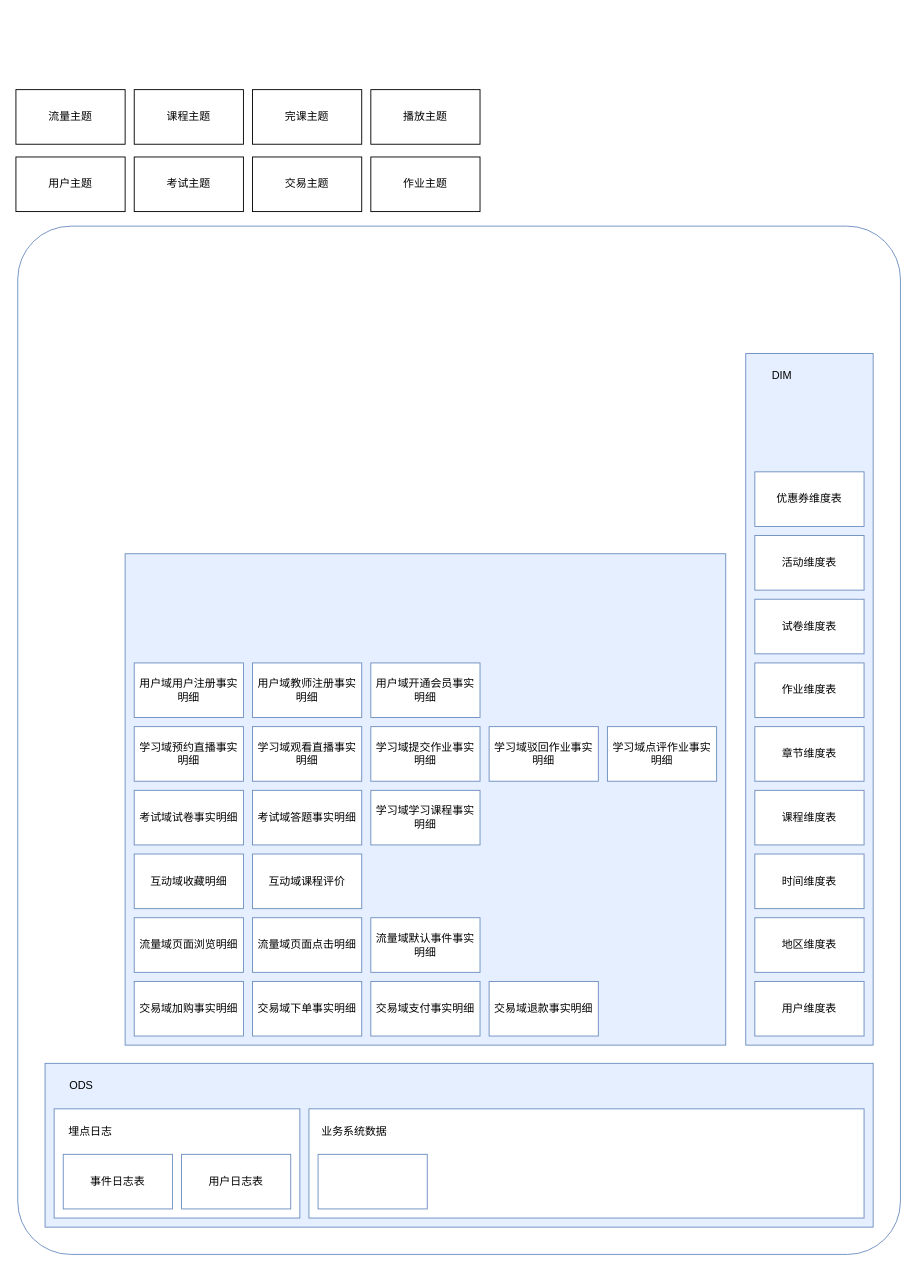
This is 离线数仓分层架构.drawio from Jacoulin/draw, a draw.io file, before an edit. Source tidied: cells renumbered, new cells numbered last; positions are measured from the earlier drawing's top-left corner, leaving out a move shared by most shapes. Both pictures are drawn from the tidied source at 91%, with x=0, y=0 at pixel (15, 89).
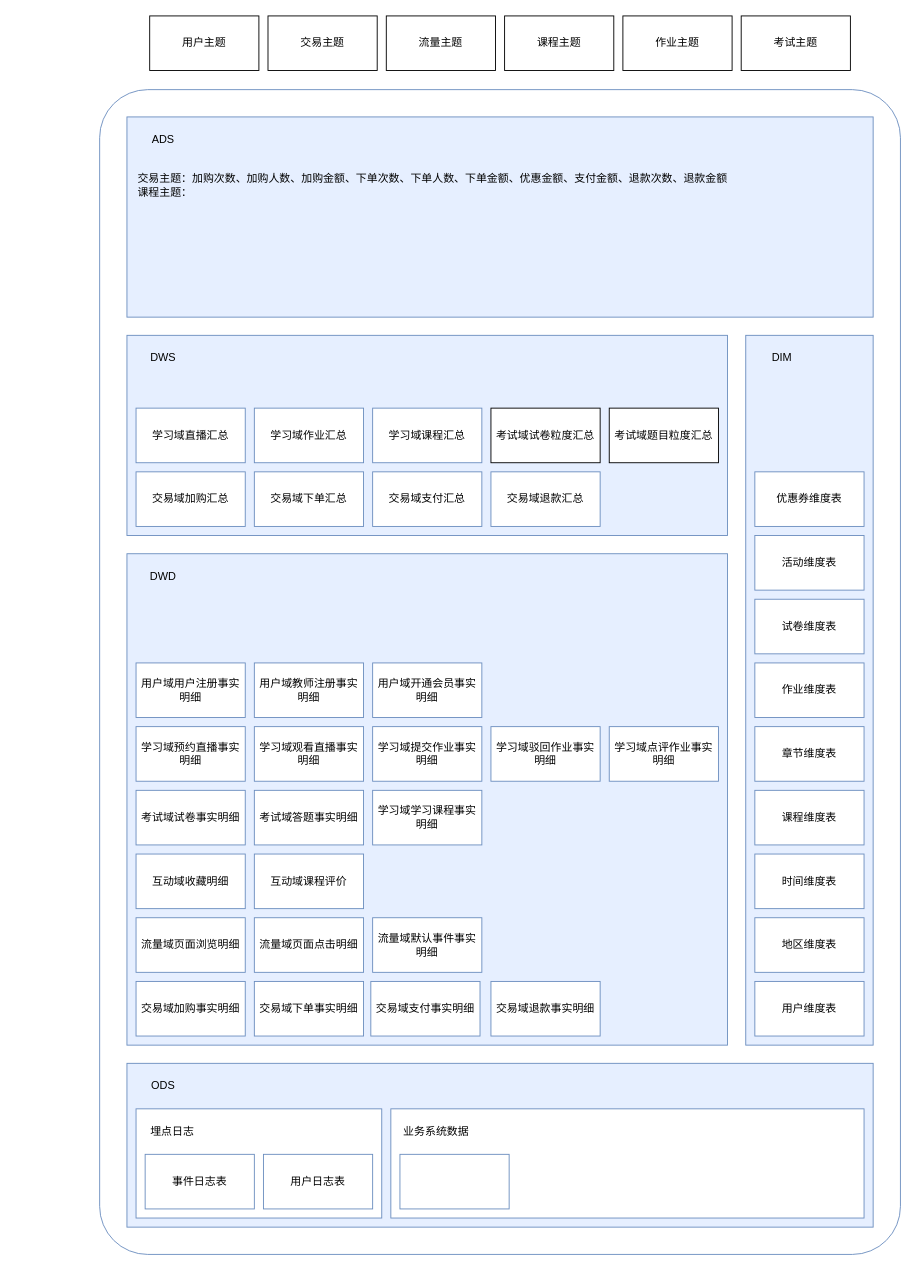
The same page after the edit.

Commit message:
更新离线数仓分层架构.drawio

The edit, as a diff of the source:
```diff
@@
     <mxCell id="2" style="rounded=1;whiteSpace=wrap;html=1;fillColor=none;glass=0;strokeColor=#6C8EBF;arcSize=6;" parent="1" vertex="1">
-      <mxGeometry x="2" y="150" width="970" height="1130" as="geometry" />
+      <mxGeometry x="92" width="880" height="1280" as="geometry" />
     </mxCell>
     <mxCell id="3" style="rounded=0;whiteSpace=wrap;html=1;fillColor=#E6EFFF;strokeColor=#6C8EBF;" parent="1" vertex="1">
-      <mxGeometry x="32" y="1070" width="910" height="180" as="geometry" />
+      <mxGeometry x="122" y="1070" width="820" height="180" as="geometry" />
     </mxCell>
     <mxCell id="4" style="rounded=0;whiteSpace=wrap;html=1;strokeColor=#6C8EBF;" parent="1" vertex="1">
-      <mxGeometry x="42" y="1120" width="270" height="120" as="geometry" />
+      <mxGeometry x="132" y="1120" width="270" height="120" as="geometry" />
     </mxCell>
     <mxCell id="5" value="事件日志表" style="rounded=0;whiteSpace=wrap;html=1;strokeColor=#6C8EBF;" parent="1" vertex="1">
-      <mxGeometry x="52" y="1170" width="120" height="60" as="geometry" />
+      <mxGeometry x="142" y="1170" width="120" height="60" as="geometry" />
     </mxCell>
     <mxCell id="6" value="用户日志表" style="rounded=0;whiteSpace=wrap;html=1;strokeColor=#6C8EBF;" parent="1" vertex="1">
-      <mxGeometry x="182" y="1170" width="120" height="60" as="geometry" />
+      <mxGeometry x="272" y="1170" width="120" height="60" as="geometry" />
     </mxCell>
     <mxCell id="7" value="埋点日志" style="text;html=1;strokeColor=none;fillColor=none;align=center;verticalAlign=middle;whiteSpace=wrap;rounded=0;" parent="1" vertex="1">
-      <mxGeometry x="52" y="1130" width="60" height="30" as="geometry" />
+      <mxGeometry x="142" y="1130" width="60" height="30" as="geometry" />
     </mxCell>
     <mxCell id="8" style="rounded=0;whiteSpace=wrap;html=1;strokeColor=#6C8EBF;" parent="1" vertex="1">
-      <mxGeometry x="322" y="1120" width="610" height="120" as="geometry" />
+      <mxGeometry x="412" y="1120" width="520" height="120" as="geometry" />
     </mxCell>
     <mxCell id="9" value="ODS" style="text;html=1;strokeColor=none;fillColor=none;align=center;verticalAlign=middle;whiteSpace=wrap;rounded=0;" parent="1" vertex="1">
-      <mxGeometry x="42" y="1080" width="60" height="30" as="geometry" />
+      <mxGeometry x="132" y="1080" width="60" height="30" as="geometry" />
     </mxCell>
     <mxCell id="10" style="rounded=0;whiteSpace=wrap;html=1;strokeColor=#6C8EBF;" parent="1" vertex="1">
-      <mxGeometry x="332" y="1170" width="120" height="60" as="geometry" />
+      <mxGeometry x="422" y="1170" width="120" height="60" as="geometry" />
     </mxCell>
     <mxCell id="11" value="业务系统数据" style="text;html=1;strokeColor=none;fillColor=none;align=center;verticalAlign=middle;whiteSpace=wrap;rounded=0;" parent="1" vertex="1">
-      <mxGeometry x="332" y="1130" width="80" height="30" as="geometry" />
+      <mxGeometry x="422" y="1130" width="80" height="30" as="geometry" />
     </mxCell>
     <mxCell id="12" style="rounded=0;whiteSpace=wrap;html=1;fillColor=#E6EFFF;strokeColor=#6c8ebf;" parent="1" vertex="1">
-      <mxGeometry x="120" y="510" width="660" height="540" as="geometry" />
+      <mxGeometry x="122" y="510" width="660" height="540" as="geometry" />
     </mxCell>
     <mxCell id="13" style="rounded=0;whiteSpace=wrap;html=1;fillColor=#E6EFFF;strokeColor=#6c8ebf;" parent="1" vertex="1">
-      <mxGeometry x="802" y="290" width="140" height="760" as="geometry" />
+      <mxGeometry x="802" y="270" width="140" height="780" as="geometry" />
     </mxCell>
     <mxCell id="14" value="DIM" style="text;html=1;strokeColor=none;fillColor=none;align=center;verticalAlign=middle;whiteSpace=wrap;rounded=0;" parent="1" vertex="1">
-      <mxGeometry x="812" y="300" width="60" height="30" as="geometry" />
+      <mxGeometry x="812" y="280" width="60" height="30" as="geometry" />
     </mxCell>
@@
     <mxCell id="19" value="交易域退款事实明细" style="rounded=0;whiteSpace=wrap;html=1;strokeColor=#6C8EBF;" parent="1" vertex="1">
-      <mxGeometry x="520" y="980" width="120" height="60" as="geometry" />
+      <mxGeometry x="522" y="980" width="120" height="60" as="geometry" />
     </mxCell>
@@
     <mxCell id="26" value="流量主题" style="rounded=0;whiteSpace=wrap;html=1;" parent="1" vertex="1">
-      <mxGeometry width="120" height="60" as="geometry" />
+      <mxGeometry x="407" y="-81" width="120" height="60" as="geometry" />
     </mxCell>
     <mxCell id="27" value="用户主题" style="rounded=0;whiteSpace=wrap;html=1;" parent="1" vertex="1">
-      <mxGeometry y="74" width="120" height="60" as="geometry" />
+      <mxGeometry x="147" y="-81" width="120" height="60" as="geometry" />
     </mxCell>
     <mxCell id="28" value="课程主题" style="rounded=0;whiteSpace=wrap;html=1;" parent="1" vertex="1">
-      <mxGeometry x="130" width="120" height="60" as="geometry" />
+      <mxGeometry x="537" y="-81" width="120" height="60" as="geometry" />
     </mxCell>
     <mxCell id="29" value="考试主题" style="rounded=0;whiteSpace=wrap;html=1;" parent="1" vertex="1">
-      <mxGeometry x="130" y="74" width="120" height="60" as="geometry" />
+      <mxGeometry x="797" y="-81" width="120" height="60" as="geometry" />
     </mxCell>
-    <mxCell id="30" value="完课主题" style="rounded=0;whiteSpace=wrap;html=1;" parent="1" vertex="1">
-      <mxGeometry x="260" width="120" height="60" as="geometry" />
-    </mxCell>
     <mxCell id="31" value="交易主题" style="rounded=0;whiteSpace=wrap;html=1;" parent="1" vertex="1">
-      <mxGeometry x="260" y="74" width="120" height="60" as="geometry" />
+      <mxGeometry x="277" y="-81" width="120" height="60" as="geometry" />
     </mxCell>
-    <mxCell id="32" value="播放主题" style="rounded=0;whiteSpace=wrap;html=1;" parent="1" vertex="1">
-      <mxGeometry x="390" width="120" height="60" as="geometry" />
-    </mxCell>
     <mxCell id="33" value="作业主题" style="rounded=0;whiteSpace=wrap;html=1;" parent="1" vertex="1">
-      <mxGeometry x="390" y="74" width="120" height="60" as="geometry" />
+      <mxGeometry x="667" y="-81" width="120" height="60" as="geometry" />
     </mxCell>
     <mxCell id="34" value="流量域默认事件事实明细" style="rounded=0;whiteSpace=wrap;html=1;strokeColor=#6C8EBF;" parent="1" vertex="1">
-      <mxGeometry x="390" y="910" width="120" height="60" as="geometry" />
+      <mxGeometry x="392" y="910" width="120" height="60" as="geometry" />
     </mxCell>
     <mxCell id="35" value="学习域点评作业事实明细" style="rounded=0;whiteSpace=wrap;html=1;strokeColor=#6C8EBF;" parent="1" vertex="1">
-      <mxGeometry x="650" y="700" width="120" height="60" as="geometry" />
+      <mxGeometry x="652" y="700" width="120" height="60" as="geometry" />
     </mxCell>
     <mxCell id="36" value="用户域用户注册事实明细" style="rounded=0;whiteSpace=wrap;html=1;strokeColor=#6C8EBF;" parent="1" vertex="1">
-      <mxGeometry x="130" y="630" width="120" height="60" as="geometry" />
+      <mxGeometry x="132" y="630" width="120" height="60" as="geometry" />
     </mxCell>
     <mxCell id="37" value="学习域预约直播事实明细" style="rounded=0;whiteSpace=wrap;html=1;strokeColor=#6C8EBF;" parent="1" vertex="1">
-      <mxGeometry x="130" y="700" width="120" height="60" as="geometry" />
+      <mxGeometry x="132" y="700" width="120" height="60" as="geometry" />
     </mxCell>
     <mxCell id="38" value="考试域试卷事实明细" style="rounded=0;whiteSpace=wrap;html=1;strokeColor=#6C8EBF;" parent="1" vertex="1">
-      <mxGeometry x="130" y="770" width="120" height="60" as="geometry" />
+      <mxGeometry x="132" y="770" width="120" height="60" as="geometry" />
     </mxCell>
     <mxCell id="39" value="互动域收藏明细" style="rounded=0;whiteSpace=wrap;html=1;strokeColor=#6C8EBF;" parent="1" vertex="1">
-      <mxGeometry x="130" y="840" width="120" height="60" as="geometry" />
+      <mxGeometry x="132" y="840" width="120" height="60" as="geometry" />
     </mxCell>
     <mxCell id="40" value="流量域页面浏览明细" style="rounded=0;whiteSpace=wrap;html=1;strokeColor=#6C8EBF;" parent="1" vertex="1">
-      <mxGeometry x="130" y="910" width="120" height="60" as="geometry" />
+      <mxGeometry x="132" y="910" width="120" height="60" as="geometry" />
     </mxCell>
     <mxCell id="41" value="交易域加购事实明细" style="rounded=0;whiteSpace=wrap;html=1;strokeColor=#6C8EBF;" parent="1" vertex="1">
-      <mxGeometry x="130" y="980" width="120" height="60" as="geometry" />
+      <mxGeometry x="132" y="980" width="120" height="60" as="geometry" />
     </mxCell>
     <mxCell id="42" value="交易域下单事实明细" style="rounded=0;whiteSpace=wrap;html=1;strokeColor=#6C8EBF;" parent="1" vertex="1">
-      <mxGeometry x="260" y="980" width="120" height="60" as="geometry" />
+      <mxGeometry x="262" y="980" width="120" height="60" as="geometry" />
     </mxCell>
     <mxCell id="43" value="流量域页面点击明细" style="rounded=0;whiteSpace=wrap;html=1;strokeColor=#6C8EBF;" parent="1" vertex="1">
-      <mxGeometry x="260" y="910" width="120" height="60" as="geometry" />
+      <mxGeometry x="262" y="910" width="120" height="60" as="geometry" />
     </mxCell>
     <mxCell id="44" value="互动域课程评价" style="rounded=0;whiteSpace=wrap;html=1;strokeColor=#6C8EBF;" parent="1" vertex="1">
-      <mxGeometry x="260" y="840" width="120" height="60" as="geometry" />
+      <mxGeometry x="262" y="840" width="120" height="60" as="geometry" />
     </mxCell>
     <mxCell id="45" value="考试域答题事实明细" style="rounded=0;whiteSpace=wrap;html=1;strokeColor=#6C8EBF;" parent="1" vertex="1">
-      <mxGeometry x="260" y="770" width="120" height="60" as="geometry" />
+      <mxGeometry x="262" y="770" width="120" height="60" as="geometry" />
     </mxCell>
     <mxCell id="46" value="学习域观看直播事实明细" style="rounded=0;whiteSpace=wrap;html=1;strokeColor=#6C8EBF;" parent="1" vertex="1">
-      <mxGeometry x="260" y="700" width="120" height="60" as="geometry" />
+      <mxGeometry x="262" y="700" width="120" height="60" as="geometry" />
     </mxCell>
     <mxCell id="47" value="用户域教师注册事实明细" style="rounded=0;whiteSpace=wrap;html=1;strokeColor=#6C8EBF;" parent="1" vertex="1">
-      <mxGeometry x="260" y="630" width="120" height="60" as="geometry" />
+      <mxGeometry x="262" y="630" width="120" height="60" as="geometry" />
     </mxCell>
     <mxCell id="48" value="用户域开通会员事实明细" style="rounded=0;whiteSpace=wrap;html=1;strokeColor=#6C8EBF;" parent="1" vertex="1">
-      <mxGeometry x="390" y="630" width="120" height="60" as="geometry" />
+      <mxGeometry x="392" y="630" width="120" height="60" as="geometry" />
     </mxCell>
     <mxCell id="49" value="学习域提交作业事实明细" style="rounded=0;whiteSpace=wrap;html=1;strokeColor=#6C8EBF;" parent="1" vertex="1">
-      <mxGeometry x="390" y="700" width="120" height="60" as="geometry" />
+      <mxGeometry x="392" y="700" width="120" height="60" as="geometry" />
     </mxCell>
     <mxCell id="50" value="学习域驳回作业事实明细" style="rounded=0;whiteSpace=wrap;html=1;strokeColor=#6C8EBF;" parent="1" vertex="1">
-      <mxGeometry x="520" y="700" width="120" height="60" as="geometry" />
+      <mxGeometry x="522" y="700" width="120" height="60" as="geometry" />
     </mxCell>
     <mxCell id="51" value="学习域学习课程事实明细" style="rounded=0;whiteSpace=wrap;html=1;strokeColor=#6C8EBF;" parent="1" vertex="1">
-      <mxGeometry x="390" y="770" width="120" height="60" as="geometry" />
+      <mxGeometry x="392" y="770" width="120" height="60" as="geometry" />
     </mxCell>
+    <mxCell id="52" value="DWD" style="text;html=1;strokeColor=none;fillColor=none;align=center;verticalAlign=middle;whiteSpace=wrap;rounded=0;" parent="1" vertex="1">
+      <mxGeometry x="132" y="520" width="60" height="30" as="geometry" />
+    </mxCell>
+    <mxCell id="53" style="rounded=0;whiteSpace=wrap;html=1;strokeColor=#6C8EBF;fillColor=#E6EFFF;" parent="1" vertex="1">
+      <mxGeometry x="122" y="270" width="660" height="220" as="geometry" />
+    </mxCell>
+    <mxCell id="54" value="DWS" style="text;html=1;strokeColor=none;fillColor=none;align=center;verticalAlign=middle;whiteSpace=wrap;rounded=0;" parent="1" vertex="1">
+      <mxGeometry x="132" y="280" width="60" height="30" as="geometry" />
+    </mxCell>
+    <mxCell id="55" value="交易域加购汇总" style="rounded=0;whiteSpace=wrap;html=1;strokeColor=#6C8EBF;" parent="1" vertex="1">
+      <mxGeometry x="132" y="420" width="120" height="60" as="geometry" />
+    </mxCell>
+    <mxCell id="56" value="学习域直播汇总" style="rounded=0;whiteSpace=wrap;html=1;strokeColor=#6C8EBF;" parent="1" vertex="1">
+      <mxGeometry x="132" y="350" width="120" height="60" as="geometry" />
+    </mxCell>
+    <mxCell id="57" value="交易域下单汇总" style="rounded=0;whiteSpace=wrap;html=1;strokeColor=#6C8EBF;" parent="1" vertex="1">
+      <mxGeometry x="262" y="420" width="120" height="60" as="geometry" />
+    </mxCell>
+    <mxCell id="58" style="rounded=0;whiteSpace=wrap;html=1;strokeColor=#6C8EBF;fillColor=#E6EFFF;" parent="1" vertex="1">
+      <mxGeometry x="122" y="30" width="820" height="220" as="geometry" />
+    </mxCell>
+    <mxCell id="59" value="ADS" style="text;html=1;strokeColor=none;fillColor=none;align=center;verticalAlign=middle;whiteSpace=wrap;rounded=0;" parent="1" vertex="1">
+      <mxGeometry x="132" y="40" width="60" height="30" as="geometry" />
+    </mxCell>
+    <mxCell id="60" value="交易域支付汇总" style="rounded=0;whiteSpace=wrap;html=1;strokeColor=#6C8EBF;" parent="1" vertex="1">
+      <mxGeometry x="392" y="420" width="120" height="60" as="geometry" />
+    </mxCell>
+    <mxCell id="61" value="交易域退款汇总" style="rounded=0;whiteSpace=wrap;html=1;strokeColor=#6C8EBF;" parent="1" vertex="1">
+      <mxGeometry x="522" y="420" width="120" height="60" as="geometry" />
+    </mxCell>
+    <mxCell id="62" value="学习域作业汇总" style="rounded=0;whiteSpace=wrap;html=1;strokeColor=#6C8EBF;" parent="1" vertex="1">
+      <mxGeometry x="262" y="350" width="120" height="60" as="geometry" />
+    </mxCell>
+    <mxCell id="63" value="学习域课程汇总" style="rounded=0;whiteSpace=wrap;html=1;strokeColor=#6C8EBF;" parent="1" vertex="1">
+      <mxGeometry x="392" y="350" width="120" height="60" as="geometry" />
+    </mxCell>
+    <mxCell id="64" value="考试域试卷粒度汇总" style="rounded=0;whiteSpace=wrap;html=1;" parent="1" vertex="1">
+      <mxGeometry x="522" y="350" width="120" height="60" as="geometry" />
+    </mxCell>
+    <mxCell id="65" value="交易主题：加购次数、加购人数、加购金额、下单次数、下单人数、下单金额、优惠金额、支付金额、退款次数、退款金额&lt;br&gt;课程主题：" style="text;html=1;strokeColor=none;fillColor=none;align=left;verticalAlign=middle;whiteSpace=wrap;rounded=0;" parent="1" vertex="1">
+      <mxGeometry x="132" y="70" width="800" height="70" as="geometry" />
+    </mxCell>
+    <mxCell id="66" value="考试域题目粒度汇总" style="rounded=0;whiteSpace=wrap;html=1;" parent="1" vertex="1">
+      <mxGeometry x="652" y="350" width="120" height="60" as="geometry" />
+    </mxCell>
```
